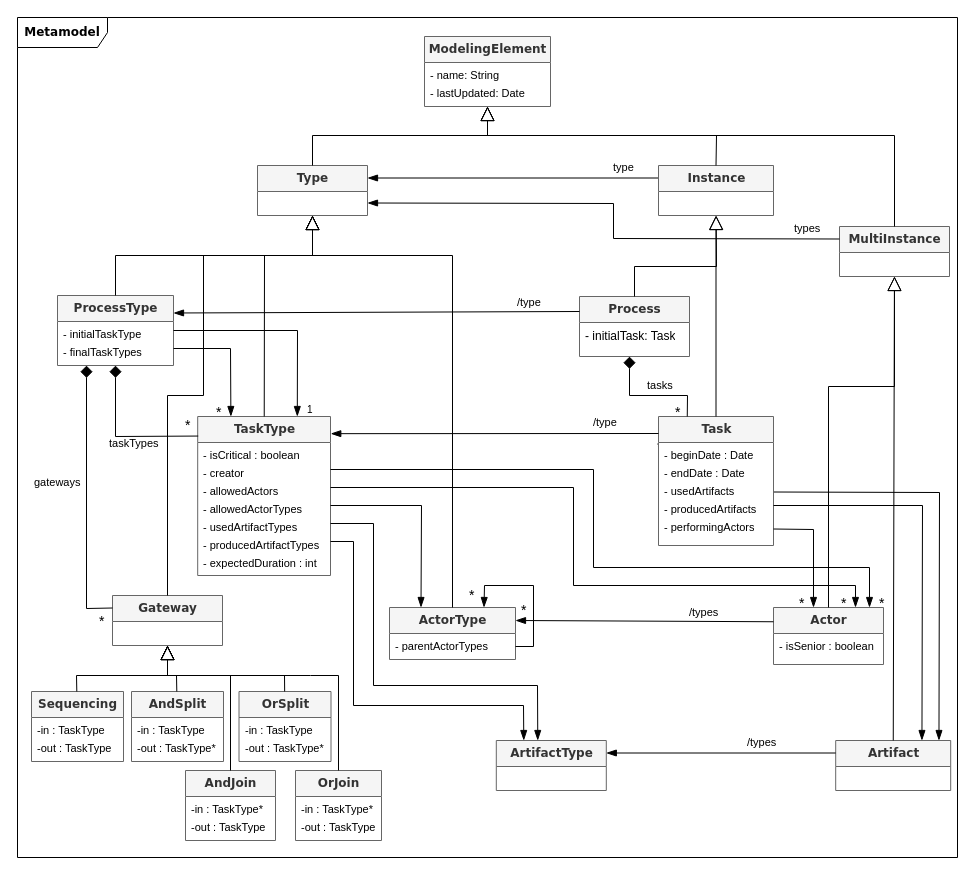
Before: Figures/Metamodel.drawio in labsticc-p4s/multi-process-challenge, a draw.io diagram. Source tidied: cells renumbered, new cells numbered last; positions are measured from the earlier drawing's top-left corner, leaving out a move shared by most shapes. Both pictures are drawn from the tidied source at 100%, with x=0, y=0 at pixel (17, 17).
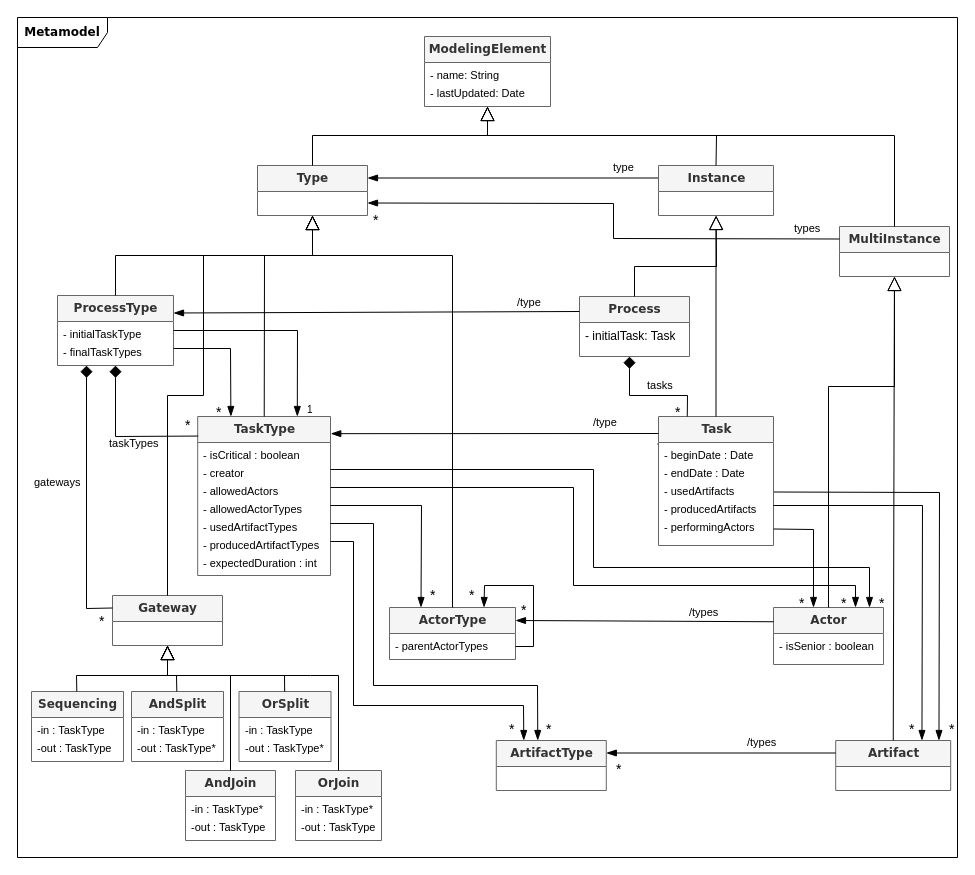
The same page after the edit.

The edit, as a diff of the source:
```diff
@@
+    <mxCell id="106" value="&lt;font style=&quot;font-size: 14px&quot;&gt;*&lt;/font&gt;" style="edgeLabel;html=1;align=left;verticalAlign=bottom;" parent="1" vertex="1">
+      <mxGeometry x="350" y="228" as="geometry">
+        <mxPoint x="4" y="-15" as="offset" />
+      </mxGeometry>
+    </mxCell>
+    <mxCell id="107" value="&lt;font style=&quot;font-size: 14px&quot;&gt;*&lt;/font&gt;" style="edgeLabel;html=1;align=left;verticalAlign=bottom;" parent="1" vertex="1">
+      <mxGeometry x="407" y="603" as="geometry">
+        <mxPoint x="4" y="-15" as="offset" />
+      </mxGeometry>
+    </mxCell>
+    <mxCell id="108" value="&lt;font style=&quot;font-size: 14px&quot;&gt;*&lt;/font&gt;" style="edgeLabel;html=1;align=left;verticalAlign=bottom;" parent="1" vertex="1">
+      <mxGeometry x="593" y="777" as="geometry">
+        <mxPoint x="4" y="-15" as="offset" />
+      </mxGeometry>
+    </mxCell>
+    <mxCell id="109" value="&lt;font style=&quot;font-size: 14px&quot;&gt;*&lt;/font&gt;" style="edgeLabel;html=1;align=left;verticalAlign=bottom;" parent="1" vertex="1">
+      <mxGeometry x="523" y="737" as="geometry">
+        <mxPoint x="4" y="-15" as="offset" />
+      </mxGeometry>
+    </mxCell>
+    <mxCell id="110" value="&lt;font style=&quot;font-size: 14px&quot;&gt;*&lt;/font&gt;" style="edgeLabel;html=1;align=left;verticalAlign=bottom;" parent="1" vertex="1">
+      <mxGeometry x="486" y="737" as="geometry">
+        <mxPoint x="4" y="-15" as="offset" />
+      </mxGeometry>
+    </mxCell>
+    <mxCell id="111" value="&lt;font style=&quot;font-size: 14px&quot;&gt;*&lt;/font&gt;" style="edgeLabel;html=1;align=left;verticalAlign=bottom;" parent="1" vertex="1">
+      <mxGeometry x="886" y="737" as="geometry">
+        <mxPoint x="4" y="-15" as="offset" />
+      </mxGeometry>
+    </mxCell>
+    <mxCell id="112" value="&lt;font style=&quot;font-size: 14px&quot;&gt;*&lt;/font&gt;" style="edgeLabel;html=1;align=left;verticalAlign=bottom;" parent="1" vertex="1">
+      <mxGeometry x="926" y="737" as="geometry">
+        <mxPoint x="4" y="-15" as="offset" />
+      </mxGeometry>
+    </mxCell>
```
